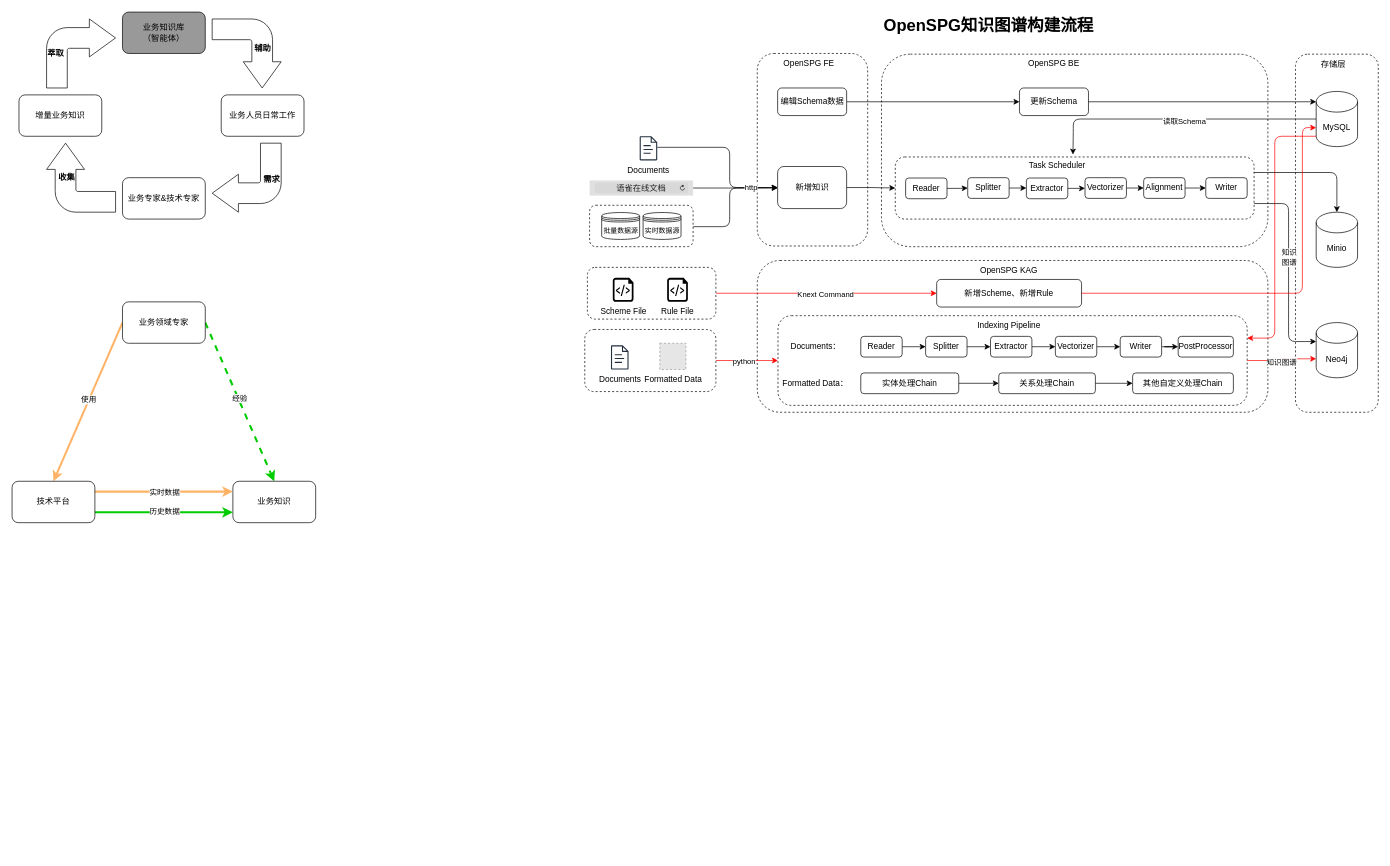
Above: biz_flow/垂直领域知识库构建整体流程.drawio in hlld3344/diagrams (draw.io), before the change. Source tidied: cells renumbered, new cells numbered last; positions are measured from the earlier drawing's top-left corner, leaving out a move shared by most shapes. Both pictures are drawn from the tidied source at 69%, with x=0, y=0 at pixel (12, 12). Pictures stored in the file or linked from it are replaced by grey dashed boxes.
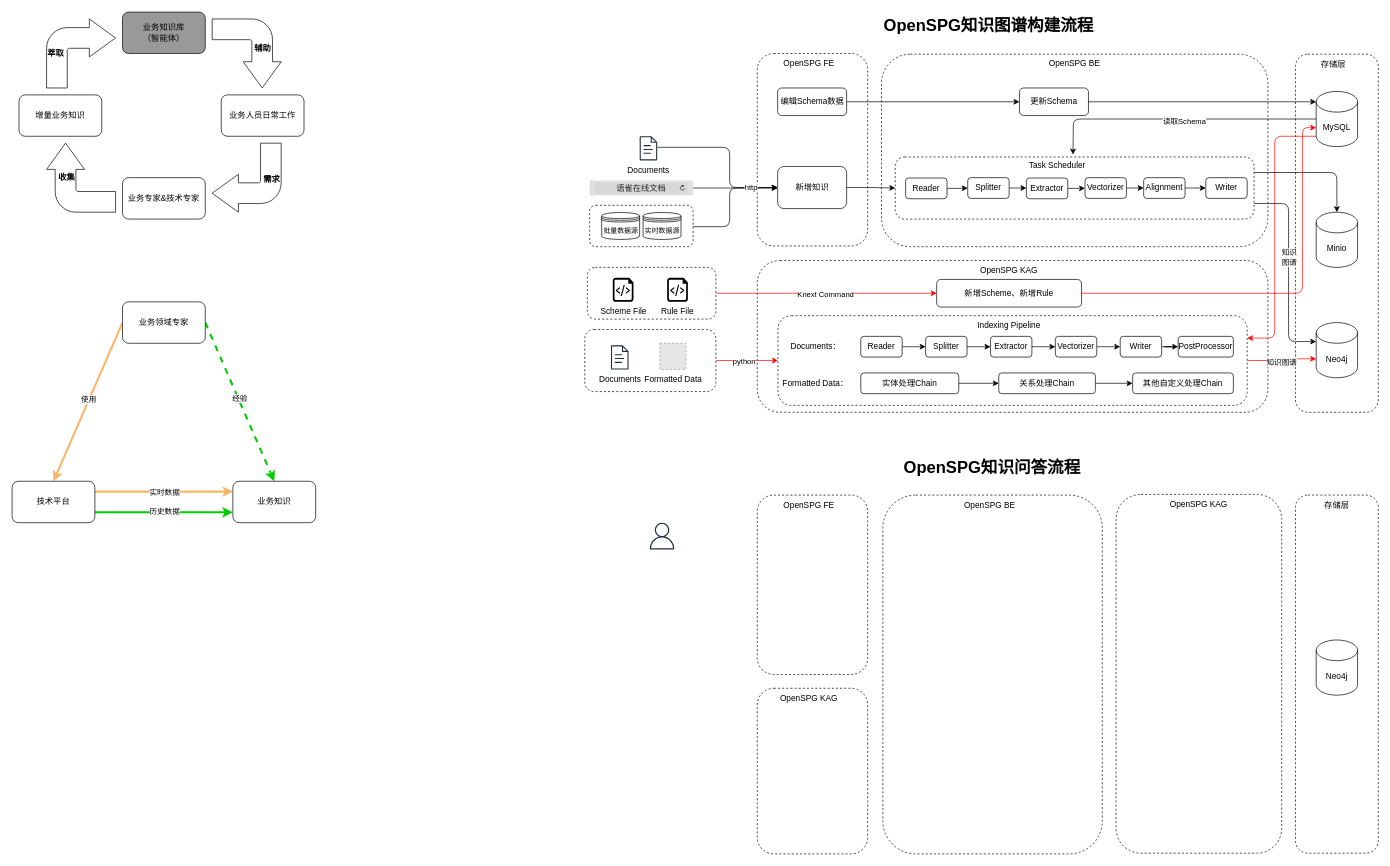
The same page after the edit.

Commit message:
更新垂直领域知识库构建整体流程.drawio

What changed in the source:
```diff
@@
     <mxCell id="37" value="OpenSPG BE" style="text;html=1;align=center;verticalAlign=middle;whiteSpace=wrap;rounded=0;" parent="1" vertex="1">
-      <mxGeometry x="1465" y="60" width="90" height="30" as="geometry" />
+      <mxGeometry x="1495" y="60" width="90" height="30" as="geometry" />
     </mxCell>
@@
+    <mxCell id="105" value="OpenSPG知识问答流程" style="text;strokeColor=none;fillColor=none;html=1;fontSize=24;fontStyle=1;verticalAlign=middle;align=center;" parent="1" vertex="1">
+      <mxGeometry x="1260" y="640" width="320" height="40" as="geometry" />
+    </mxCell>
+    <mxCell id="106" style="rounded=1;whiteSpace=wrap;html=1;dashed=1;" parent="1" vertex="1">
+      <mxGeometry x="1080" y="700" width="160" height="260" as="geometry" />
+    </mxCell>
+    <mxCell id="107" value="OpenSPG FE" style="text;html=1;align=center;verticalAlign=middle;whiteSpace=wrap;rounded=0;" parent="1" vertex="1">
+      <mxGeometry x="1109.5" y="700" width="90" height="30" as="geometry" />
+    </mxCell>
+    <mxCell id="108" style="rounded=1;whiteSpace=wrap;html=1;dashed=1;" parent="1" vertex="1">
+      <mxGeometry x="1262" y="700" width="318" height="520" as="geometry" />
+    </mxCell>
+    <mxCell id="109" value="OpenSPG BE" style="text;html=1;align=center;verticalAlign=middle;whiteSpace=wrap;rounded=0;" parent="1" vertex="1">
+      <mxGeometry x="1372" y="700" width="90" height="30" as="geometry" />
+    </mxCell>
+    <mxCell id="110" style="rounded=1;whiteSpace=wrap;html=1;dashed=1;" parent="1" vertex="1">
+      <mxGeometry x="1860" y="700" width="120" height="519" as="geometry" />
+    </mxCell>
+    <mxCell id="111" value="存储层" style="text;html=1;align=center;verticalAlign=middle;whiteSpace=wrap;rounded=0;" parent="1" vertex="1">
+      <mxGeometry x="1875" y="700" width="90" height="30" as="geometry" />
+    </mxCell>
+    <mxCell id="112" value="Neo4j" style="shape=cylinder3;whiteSpace=wrap;html=1;boundedLbl=1;backgroundOutline=1;size=15;" parent="1" vertex="1">
+      <mxGeometry x="1890" y="910" width="60" height="80" as="geometry" />
+    </mxCell>
+    <mxCell id="113" style="sketch=0;fontColor=#232F3E;gradientColor=none;fillColor=#232F3D;strokeColor=none;dashed=0;verticalLabelPosition=bottom;verticalAlign=top;align=center;html=1;fontSize=12;fontStyle=0;shape=mxgraph.aws4.user;" parent="1" vertex="1">
+      <mxGeometry x="922.5" y="740" width="39" height="39" as="geometry" />
+    </mxCell>
+    <mxCell id="114" style="rounded=1;whiteSpace=wrap;html=1;dashed=1;" parent="1" vertex="1">
+      <mxGeometry x="1600" y="699" width="240" height="520" as="geometry" />
+    </mxCell>
+    <mxCell id="115" value="OpenSPG KAG" style="text;html=1;align=center;verticalAlign=middle;whiteSpace=wrap;rounded=0;" parent="1" vertex="1">
+      <mxGeometry x="1675" y="699" width="90" height="30" as="geometry" />
+    </mxCell>
+    <mxCell id="116" style="rounded=1;whiteSpace=wrap;html=1;dashed=1;" parent="1" vertex="1">
+      <mxGeometry x="1080" y="980" width="160" height="240" as="geometry" />
+    </mxCell>
+    <mxCell id="117" value="OpenSPG KAG" style="text;html=1;align=center;verticalAlign=middle;whiteSpace=wrap;rounded=0;" parent="1" vertex="1">
+      <mxGeometry x="1109.5" y="980" width="90" height="30" as="geometry" />
+    </mxCell>
```
